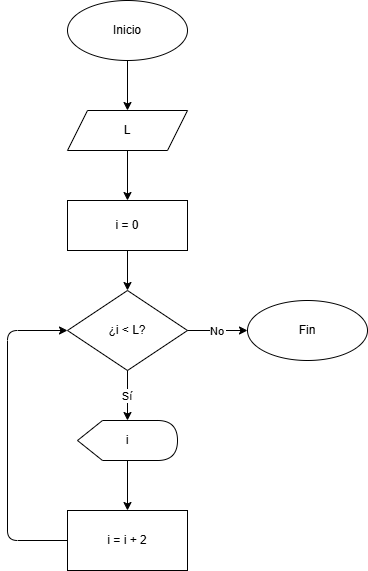
Earlier version of the draw.io export chapter4/dfd/dfd4.5.7_8.png (UPclopezpAalgorithmsBook/solutions). Source tidied: cells renumbered, new cells last; positions are measured from the earlier drawing's top-left corner, leaving out a move shared by most shapes. Source of this version:
```xml
<mxGraphModel>
  <root>
    <mxCell id="0" />
    <mxCell id="1" parent="0" />
    <mxCell id="2" value="Inicio" style="ellipse;whiteSpace=wrap;html=1;" parent="1" vertex="1">
      <mxGeometry x="60" width="120" height="60" as="geometry" />
    </mxCell>
    <mxCell id="3" value="L" style="shape=parallelogram;perimeter=parallelogramPerimeter;whiteSpace=wrap;html=1;fixedSize=1;" parent="1" vertex="1">
      <mxGeometry x="60" y="110" width="120" height="40" as="geometry" />
    </mxCell>
    <mxCell id="4" value="i = 0" style="rounded=0;whiteSpace=wrap;html=1;" parent="1" vertex="1">
      <mxGeometry x="60" y="200" width="120" height="50" as="geometry" />
    </mxCell>
    <mxCell id="5" value="¿i &lt; L?" style="rhombus;whiteSpace=wrap;html=1;" parent="1" vertex="1">
      <mxGeometry x="60" y="290" width="120" height="80" as="geometry" />
    </mxCell>
    <mxCell id="6" value="i" style="shape=display;whiteSpace=wrap;html=1;" parent="1" vertex="1">
      <mxGeometry x="70" y="420" width="100" height="40" as="geometry" />
    </mxCell>
    <mxCell id="7" value="i = i + 2" style="rounded=0;whiteSpace=wrap;html=1;" parent="1" vertex="1">
      <mxGeometry x="60" y="510" width="120" height="60" as="geometry" />
    </mxCell>
    <mxCell id="8" value="Fin" style="ellipse;whiteSpace=wrap;html=1;" parent="1" vertex="1">
      <mxGeometry x="240" y="300" width="120" height="60" as="geometry" />
    </mxCell>
    <mxCell id="9" parent="1" edge="1" source="2" target="3">
      <mxGeometry relative="1" as="geometry" />
    </mxCell>
    <mxCell id="10" parent="1" edge="1" source="3" target="4">
      <mxGeometry relative="1" as="geometry" />
    </mxCell>
    <mxCell id="11" parent="1" edge="1" source="4" target="5">
      <mxGeometry relative="1" as="geometry" />
    </mxCell>
    <mxCell id="12" value="Sí" parent="1" edge="1" source="5" target="6">
      <mxGeometry relative="1" as="geometry" />
    </mxCell>
    <mxCell id="13" value="No" parent="1" edge="1" source="5" target="8">
      <mxGeometry relative="1" as="geometry" />
    </mxCell>
    <mxCell id="14" parent="1" edge="1" source="6" target="7">
      <mxGeometry relative="1" as="geometry" />
    </mxCell>
    <mxCell id="15" parent="1" edge="1" source="7" target="5">
      <mxGeometry relative="1" as="geometry">
        <Array as="points">
          <mxPoint y="540" />
          <mxPoint y="330" />
        </Array>
      </mxGeometry>
    </mxCell>
  </root>
</mxGraphModel>
```
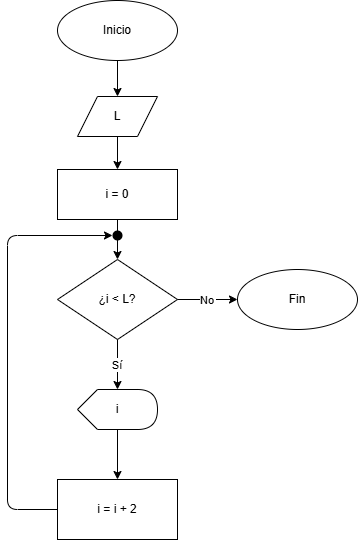
Later version of the same file.

What changed in the source:
```diff
@@ -2,11 +2,29 @@
   <root>
     <mxCell id="0" />
     <mxCell id="1" parent="0" />
+    <mxCell id="16" parent="1" edge="1">
+      <mxGeometry relative="1" as="geometry">
+        <mxPoint x="60" y="420" as="targetPoint" />
+        <Array as="points">
+          <mxPoint y="530" />
+          <mxPoint y="420" />
+        </Array>
+      </mxGeometry>
+    </mxCell>
+    <mxCell id="17" style="endArrow=classic;html=1;exitX=0;exitY=0.5;exitDx=0;exitDy=0;entryX=0;entryY=0.5;entryDx=0;entryDy=0;" parent="1" edge="1">
+      <mxGeometry relative="1" as="geometry">
+        <mxPoint x="60" y="240" as="targetPoint" />
+        <Array as="points">
+          <mxPoint y="480" />
+          <mxPoint y="240" />
+        </Array>
+      </mxGeometry>
+    </mxCell>
     <mxCell id="2" value="Inicio" style="ellipse;whiteSpace=wrap;html=1;" parent="1" vertex="1">
-      <mxGeometry x="60" width="120" height="60" as="geometry" />
+      <mxGeometry x="60" y="31" width="120" height="60" as="geometry" />
     </mxCell>
     <mxCell id="3" value="L" style="shape=parallelogram;perimeter=parallelogramPerimeter;whiteSpace=wrap;html=1;fixedSize=1;" parent="1" vertex="1">
-      <mxGeometry x="60" y="110" width="120" height="40" as="geometry" />
+      <mxGeometry x="80" y="127" width="80" height="40" as="geometry" />
     </mxCell>
     <mxCell id="4" value="i = 0" style="rounded=0;whiteSpace=wrap;html=1;" parent="1" vertex="1">
       <mxGeometry x="60" y="200" width="120" height="50" as="geometry" />
@@ -15,7 +33,7 @@
       <mxGeometry x="60" y="290" width="120" height="80" as="geometry" />
     </mxCell>
     <mxCell id="6" value="i" style="shape=display;whiteSpace=wrap;html=1;" parent="1" vertex="1">
-      <mxGeometry x="70" y="420" width="100" height="40" as="geometry" />
+      <mxGeometry x="80" y="420" width="80" height="40" as="geometry" />
     </mxCell>
     <mxCell id="7" value="i = i + 2" style="rounded=0;whiteSpace=wrap;html=1;" parent="1" vertex="1">
       <mxGeometry x="60" y="510" width="120" height="60" as="geometry" />
@@ -41,13 +59,16 @@
     <mxCell id="14" parent="1" edge="1" source="6" target="7">
       <mxGeometry relative="1" as="geometry" />
     </mxCell>
-    <mxCell id="15" parent="1" edge="1" source="7" target="5">
-      <mxGeometry relative="1" as="geometry">
-        <Array as="points">
-          <mxPoint y="540" />
-          <mxPoint y="330" />
-        </Array>
-      </mxGeometry>
-    </mxCell>
+    <mxCell id="18" style="entryX=0;entryY=0.5;entryDx=0;entryDy=0;" parent="1" edge="1" source="7" target="19">
+      <mxGeometry relative="1" as="geometry">
+        <Array as="points">
+          <mxPoint x="10" y="540" />
+          <mxPoint x="10" y="266" />
+        </Array>
+      </mxGeometry>
+    </mxCell>
+    <mxCell id="19" style="ellipse;whiteSpace=wrap;html=1;strokeColor=none;fillColor=#000000;" parent="1" vertex="1">
+      <mxGeometry x="115" y="261" width="10" height="10" as="geometry" />
+    </mxCell>
   </root>
 </mxGraphModel>
```
